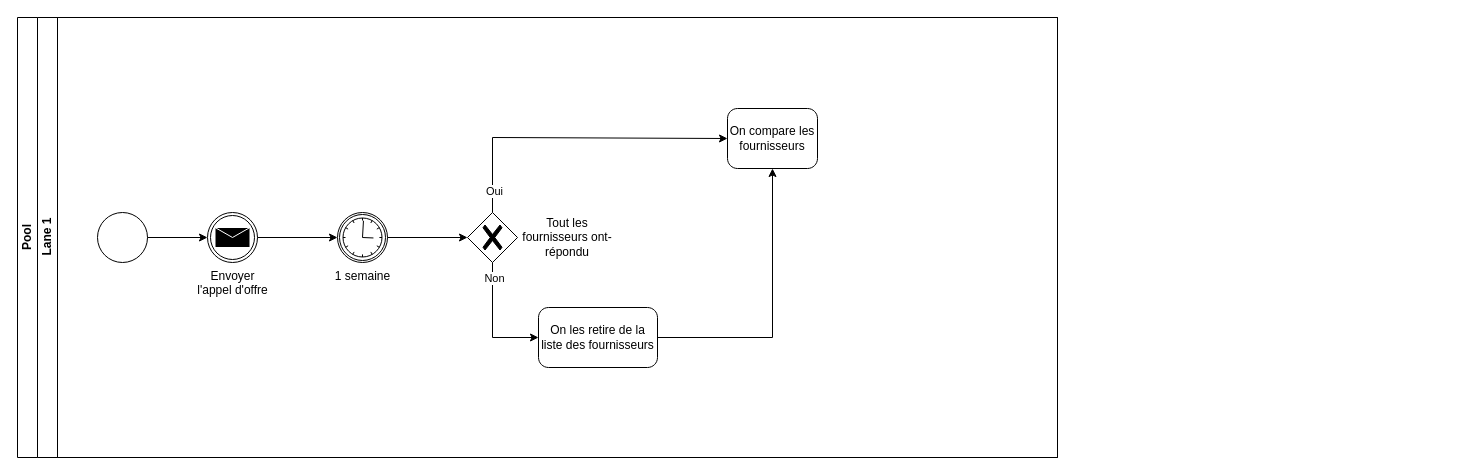
Above: AppelOffre.drawio in quemet/Draw.io (draw.io), before the change. Source tidied: cells renumbered, new cells numbered last; positions are measured from the earlier drawing's top-left corner, leaving out a move shared by most shapes. Both pictures are drawn from the tidied source at 100%, with x=0, y=0 at pixel (17, 17).
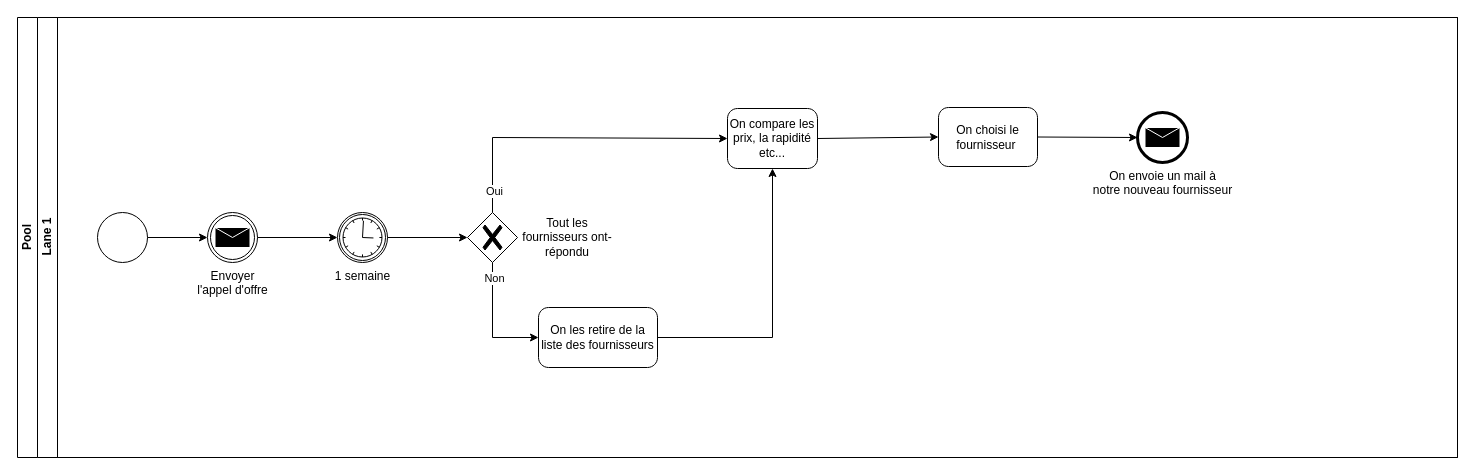
After the change.

Commit message (it also covers changes not shown here):
Mettre à jour AppelOffre.drawio

What changed in the source:
```diff
@@
     <mxCell id="2" value="Pool" style="swimlane;html=1;horizontal=0;startSize=20;whiteSpace=wrap;" parent="1" vertex="1">
-      <mxGeometry width="1040" height="440" as="geometry" />
+      <mxGeometry width="1440" height="440" as="geometry" />
     </mxCell>
     <mxCell id="3" value="Lane 1" style="swimlane;html=1;startSize=20;horizontal=0;" parent="2" vertex="1">
-      <mxGeometry x="20" width="1020" height="440" as="geometry" />
+      <mxGeometry x="20" width="1420" height="440" as="geometry" />
     </mxCell>
@@
-    <mxCell id="12" value="On compare les fournisseurs" style="points=[[0.25,0,0],[0.5,0,0],[0.75,0,0],[1,0.25,0],[1,0.5,0],[1,0.75,0],[0.75,1,0],[0.5,1,0],[0.25,1,0],[0,0.75,0],[0,0.5,0],[0,0.25,0]];shape=mxgraph.bpmn.task;whiteSpace=wrap;rectStyle=rounded;size=10;html=1;taskMarker=abstract;" parent="3" vertex="1">
+    <mxCell id="12" value="On compare les prix, la rapidité etc..." style="points=[[0.25,0,0],[0.5,0,0],[0.75,0,0],[1,0.25,0],[1,0.5,0],[1,0.75,0],[0.75,1,0],[0.5,1,0],[0.25,1,0],[0,0.75,0],[0,0.5,0],[0,0.25,0]];shape=mxgraph.bpmn.task;whiteSpace=wrap;rectStyle=rounded;size=10;html=1;taskMarker=abstract;" parent="3" vertex="1">
       <mxGeometry x="690" y="91" width="90" height="60" as="geometry" />
     </mxCell>
@@
+    <mxCell id="19" style="endArrow=classic;html=1;rounded=0;exitX=1;exitY=0.5;exitDx=0;exitDy=0;exitPerimeter=0;entryX=0;entryY=0.5;entryDx=0;entryDy=0;entryPerimeter=0;" parent="3" edge="1" source="12" target="20">
+      <mxGeometry relative="1" as="geometry" />
+    </mxCell>
+    <mxCell id="20" value="On choisi le fournisseur&amp;nbsp;" style="points=[[0.25,0,0],[0.5,0,0],[0.75,0,0],[1,0.25,0],[1,0.5,0],[1,0.75,0],[0.75,1,0],[0.5,1,0],[0.25,1,0],[0,0.75,0],[0,0.5,0],[0,0.25,0]];shape=mxgraph.bpmn.task;whiteSpace=wrap;rectStyle=rounded;size=10;html=1;taskMarker=abstract;" parent="3" vertex="1">
+      <mxGeometry x="901" y="90" width="99" height="59" as="geometry" />
+    </mxCell>
+    <mxCell id="21" value="On envoie un mail à &lt;br&gt;notre nouveau fournisseur" style="points=[[0.145,0.145,0],[0.5,0,0],[0.855,0.145,0],[1,0.5,0],[0.855,0.855,0],[0.5,1,0],[0.145,0.855,0],[0,0.5,0]];shape=mxgraph.bpmn.event;html=1;verticalLabelPosition=bottom;labelBackgroundColor=#ffffff;verticalAlign=top;align=center;perimeter=ellipsePerimeter;outlineConnect=0;outline=end;symbol=message;" parent="3" vertex="1">
+      <mxGeometry x="1100" y="95" width="50" height="50" as="geometry" />
+    </mxCell>
+    <mxCell id="22" style="endArrow=classic;html=1;rounded=0;exitX=1;exitY=0.5;exitDx=0;exitDy=0;exitPerimeter=0;entryX=0;entryY=0.5;entryDx=0;entryDy=0;entryPerimeter=0;" parent="3" edge="1" source="20" target="21">
+      <mxGeometry relative="1" as="geometry" />
+    </mxCell>
```
